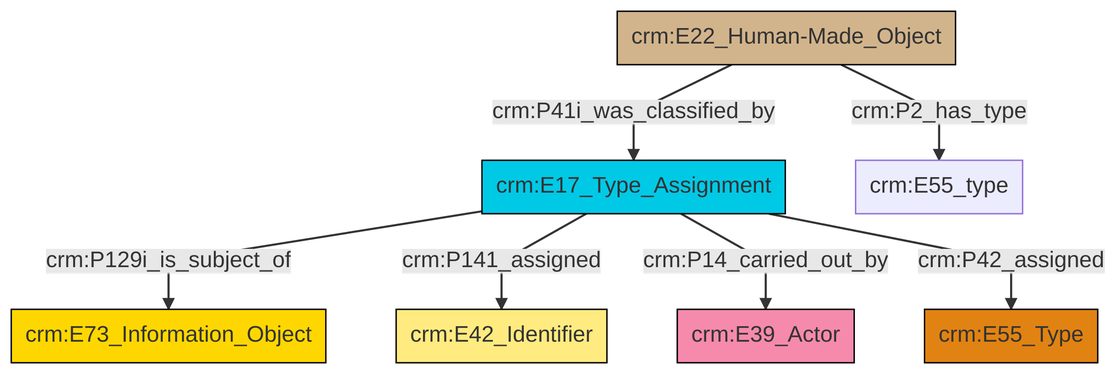
Before: et/builtWorkCSV/ttl/mmd/png/Built_Work_designation_status.png, a diagram exported from Mermaid (swiss-art-research-net/reference-data-models). Its source is kept beside it as et/builtWorkCSV/ttl/mmd/Built_Work_designation_status.ttl.mmd.
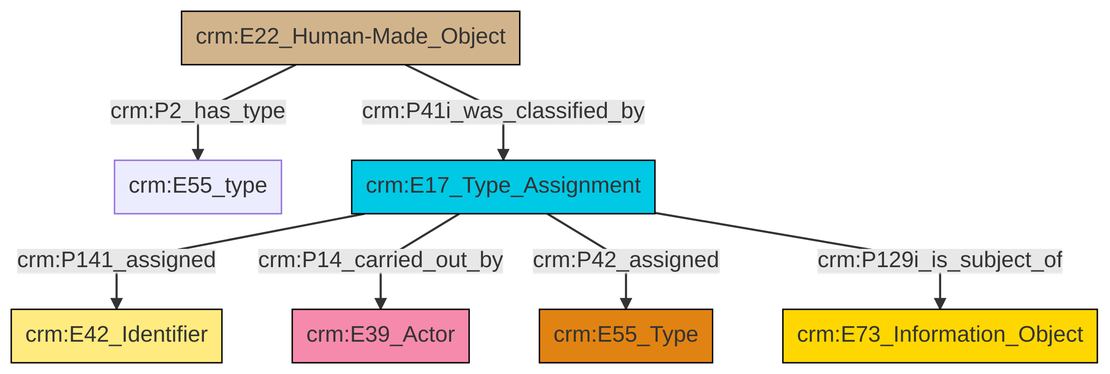
Later version of the same file.

The edit, as a diff of the source:
```diff
@@ -13,9 +13,9 @@
 classDef PC_Classes fill:#4ce600, stroke:#000000;
 classDef Multi fill:#cccccc,stroke:#000000;
 
-2["crm:E17_Type_Assignment"]:::Temporal_Entity -->|crm:P129i_is_subject_of| 3["crm:E73_Information_Object"]:::Conceptual_Object
+0["crm:E22_Human-Made_Object"]:::Physical_Thing -->|crm:P2_has_type| 1["crm:E55_type"]:::Default
 0["crm:E22_Human-Made_Object"]:::Physical_Thing -->|crm:P41i_was_classified_by| 2["crm:E17_Type_Assignment"]:::Temporal_Entity
-2["crm:E17_Type_Assignment"]:::Temporal_Entity -->|crm:P141_assigned| 7["crm:E42_Identifier"]:::Appellation
-2["crm:E17_Type_Assignment"]:::Temporal_Entity -->|crm:P14_carried_out_by| 8["crm:E39_Actor"]:::Actor
-2["crm:E17_Type_Assignment"]:::Temporal_Entity -->|crm:P42_assigned| 4["crm:E55_Type"]:::Type
-0["crm:E22_Human-Made_Object"]:::Physical_Thing -->|crm:P2_has_type| 10["crm:E55_type"]:::Default
+2["crm:E17_Type_Assignment"]:::Temporal_Entity -->|crm:P141_assigned| 3["crm:E42_Identifier"]:::Appellation
+2["crm:E17_Type_Assignment"]:::Temporal_Entity -->|crm:P14_carried_out_by| 5["crm:E39_Actor"]:::Actor
+2["crm:E17_Type_Assignment"]:::Temporal_Entity -->|crm:P42_assigned| 10["crm:E55_Type"]:::Type
+2["crm:E17_Type_Assignment"]:::Temporal_Entity -->|crm:P129i_is_subject_of| 13["crm:E73_Information_Object"]:::Conceptual_Object
```
